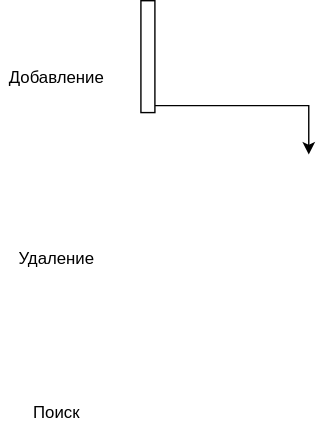
Above: База/Структуры данных/2. Быстро находить данные и проверять условия/2.3. Проверять принадлежность и уникальность/Множество (Set)/TreeSetAvl.sequence.drawio.svg in kosukhin/catalog (draw.io), before the change. Source tidied: cells renumbered, new cells last; positions are measured from the earlier drawing's top-left corner, leaving out a move shared by most shapes.
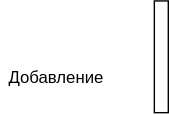
Above is the later version.

Change to the diagram source:
```diff
@@ -2,25 +2,11 @@
   <root>
     <mxCell id="0" />
     <mxCell id="1" parent="0" />
-    <mxCell id="2" style="edgeStyle=sequenceEdgeStyle;html=1;libavoidRouting=0;curved=0;rounded=0;exitX=1;exitY=1;exitDx=0;exitDy=-5;exitPerimeter=0;" parent="1" edge="1" source="3">
-      <mxGeometry relative="1" as="geometry">
-        <mxPoint x="220" y="110" as="targetPoint" />
-        <Array as="points">
-          <mxPoint x="220" y="75" />
-        </Array>
-      </mxGeometry>
-    </mxCell>
     <mxCell id="3" style="html=1;points=[[0,0,0,0,5],[0,1,0,0,-5],[1,0,0,0,5],[1,1,0,0,-5]];perimeter=orthogonalPerimeter;outlineConnect=0;targetShapes=umlLifeline;portConstraint=eastwest;newEdgeStyle={&quot;edgeStyle&quot;:&quot;sequenceEdgeStyle&quot;,&quot;libavoidRouting&quot;:0,&quot;curved&quot;:0,&quot;rounded&quot;:0};" parent="1" vertex="1">
-      <mxGeometry x="100" width="10" height="80" as="geometry" />
+      <mxGeometry x="110" width="10" height="80" as="geometry" />
     </mxCell>
     <mxCell id="4" value="Добавление" style="text;html=1;whiteSpace=wrap;strokeColor=none;fillColor=none;align=center;verticalAlign=middle;rounded=0;" parent="1" vertex="1">
       <mxGeometry y="40" width="80" height="30" as="geometry" />
     </mxCell>
-    <mxCell id="5" value="Удаление" style="text;html=1;whiteSpace=wrap;strokeColor=none;fillColor=none;align=center;verticalAlign=middle;rounded=0;" parent="1" vertex="1">
-      <mxGeometry x="10" y="170" width="60" height="30" as="geometry" />
-    </mxCell>
-    <mxCell id="6" value="Поиск" style="text;html=1;whiteSpace=wrap;strokeColor=none;fillColor=none;align=center;verticalAlign=middle;rounded=0;" parent="1" vertex="1">
-      <mxGeometry x="10" y="280" width="60" height="30" as="geometry" />
-    </mxCell>
   </root>
 </mxGraphModel>
```
